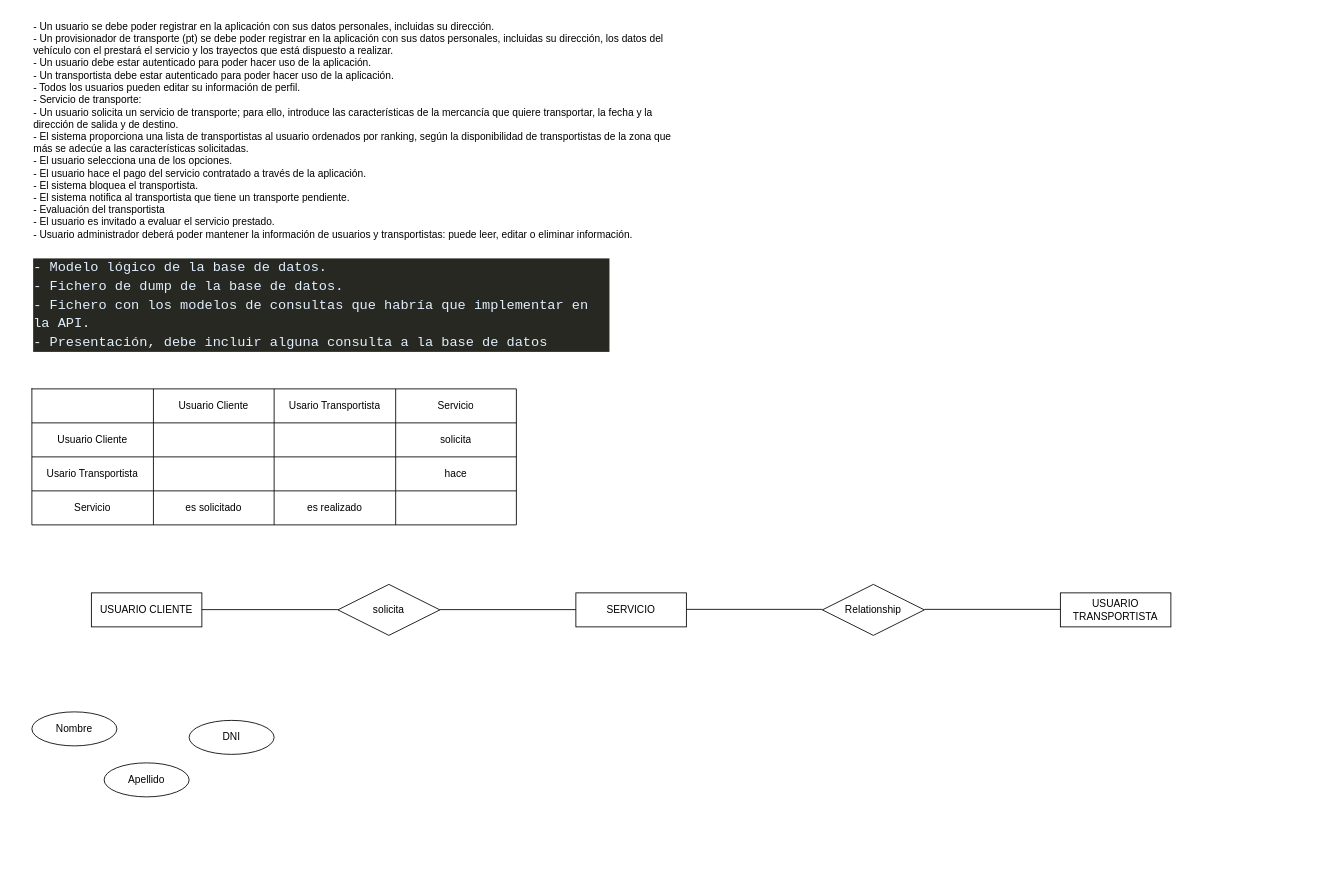
Factoria-F5-Git/mudapp-loquetucorazontediga keeps this draw.io diagram as Diagrama sin título.drawio. Above is the earlier version. Source tidied: cells renumbered, new cells numbered last; positions are measured from the earlier drawing's top-left corner, leaving out a move shared by most shapes. Both pictures are drawn from the tidied source at 85%, with x=0, y=0 at pixel (31, 14).
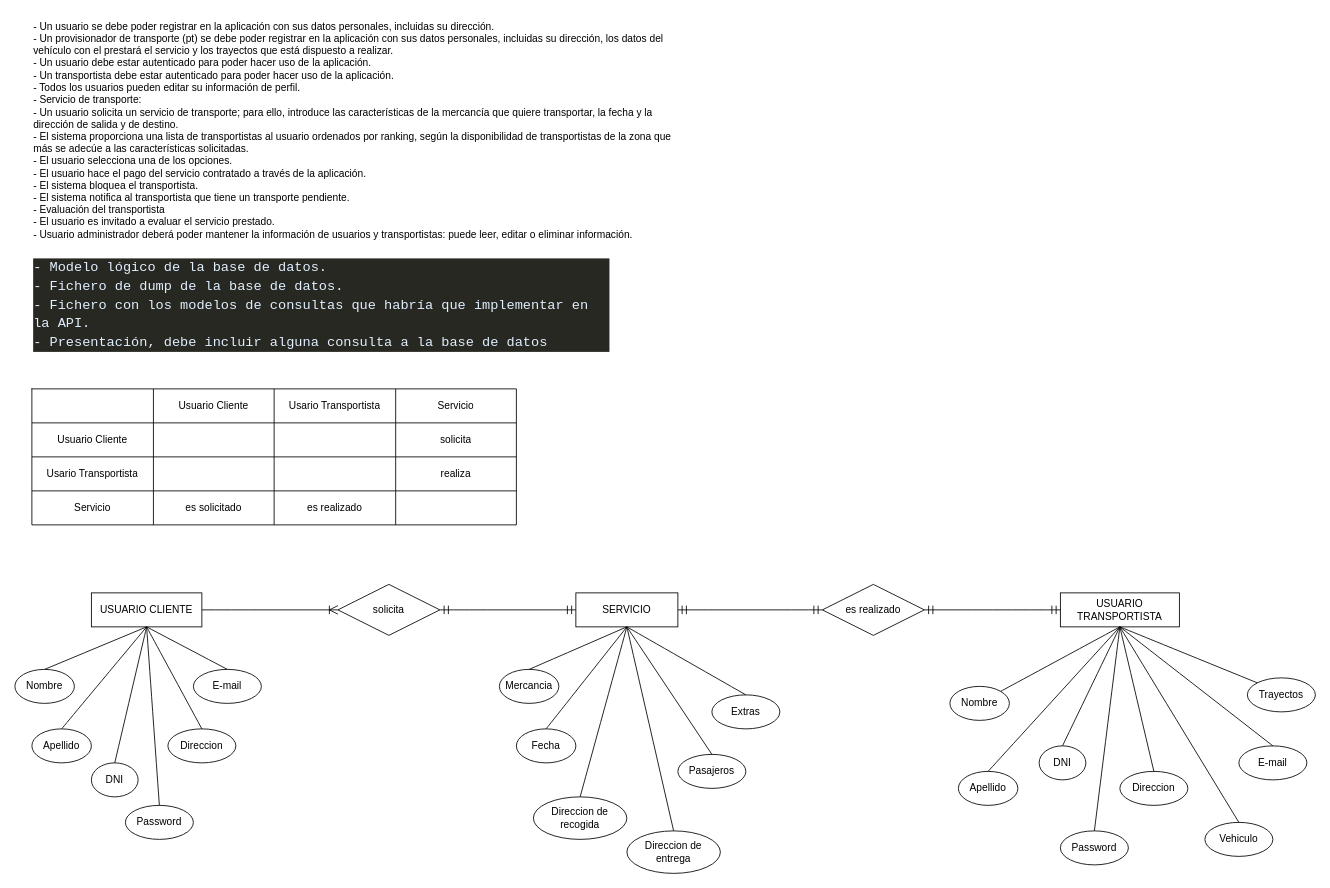
The same page after the edit.

The change refers to these unchanged cells:
```xml
<mxCell id="15" style="shape=tableRow;horizontal=0;startSize=0;swimlaneHead=0;swimlaneBody=0;strokeColor=inherit;top=0;left=0;bottom=0;right=0;fillColor=none;" parent="4" vertex="1">
  <mxGeometry y="80" width="570" height="40" as="geometry" />
</mxCell>
<mxCell id="25" value="USUARIO CLIENTE" style="whiteSpace=wrap;html=1;align=center;" parent="1" vertex="1">
  <mxGeometry x="70" y="680" width="130" height="40" as="geometry" />
</mxCell>
<mxCell id="28" value="solicita" style="shape=rhombus;perimeter=rhombusPerimeter;whiteSpace=wrap;html=1;align=center;" parent="1" vertex="1">
  <mxGeometry x="360" y="670" width="120" height="60" as="geometry" />
</mxCell>
```

What changed in the source:
```diff
@@
-    <mxCell id="19" value="hace" style="shape=partialRectangle;html=1;whiteSpace=wrap;strokeColor=inherit;overflow=hidden;fillColor=none;top=0;left=0;bottom=0;right=0;" parent="15" vertex="1">
+    <mxCell id="19" value="realiza" style="shape=partialRectangle;html=1;whiteSpace=wrap;strokeColor=inherit;overflow=hidden;fillColor=none;top=0;left=0;bottom=0;right=0;" parent="15" vertex="1">
       <mxGeometry x="428" width="142" height="40" as="geometry" />
     </mxCell>
@@
     <mxCell id="26" value="USUARIO TRANSPORTISTA" style="whiteSpace=wrap;html=1;align=center;" parent="1" vertex="1">
-      <mxGeometry x="1210" y="680" width="130" height="40" as="geometry" />
+      <mxGeometry x="1210" y="680" width="140" height="40" as="geometry" />
     </mxCell>
     <mxCell id="27" value="SERVICIO" style="whiteSpace=wrap;html=1;align=center;" parent="1" vertex="1">
-      <mxGeometry x="640" y="680" width="130" height="40" as="geometry" />
+      <mxGeometry x="640" y="680" width="120" height="40" as="geometry" />
     </mxCell>
@@
-    <mxCell id="29" style="endArrow=none;html=1;rounded=0;" parent="1" edge="1">
-      <mxGeometry relative="1" as="geometry">
-        <mxPoint x="200" y="699.7" as="sourcePoint" />
-        <mxPoint x="360" y="699.7" as="targetPoint" />
-      </mxGeometry>
-    </mxCell>
-    <mxCell id="30" style="endArrow=none;html=1;rounded=0;" parent="1" edge="1">
-      <mxGeometry relative="1" as="geometry">
-        <mxPoint x="480" y="699.7" as="sourcePoint" />
-        <mxPoint x="640" y="699.7" as="targetPoint" />
-      </mxGeometry>
-    </mxCell>
-    <mxCell id="31" value="Relationship" style="shape=rhombus;perimeter=rhombusPerimeter;whiteSpace=wrap;html=1;align=center;" parent="1" vertex="1">
+    <mxCell id="31" value="es realizado" style="shape=rhombus;perimeter=rhombusPerimeter;whiteSpace=wrap;html=1;align=center;" parent="1" vertex="1">
       <mxGeometry x="930" y="670" width="120" height="60" as="geometry" />
     </mxCell>
-    <mxCell id="32" style="endArrow=none;html=1;rounded=0;" parent="1" edge="1">
-      <mxGeometry relative="1" as="geometry">
-        <mxPoint x="770" y="699.4" as="sourcePoint" />
-        <mxPoint x="930" y="699.4" as="targetPoint" />
-      </mxGeometry>
-    </mxCell>
-    <mxCell id="33" style="endArrow=none;html=1;rounded=0;" parent="1" edge="1">
-      <mxGeometry relative="1" as="geometry">
-        <mxPoint x="1050" y="699.4" as="sourcePoint" />
-        <mxPoint x="1210" y="699.4" as="targetPoint" />
-      </mxGeometry>
-    </mxCell>
     <mxCell id="34" value="Nombre" style="ellipse;whiteSpace=wrap;html=1;align=center;" parent="1" vertex="1">
-      <mxGeometry y="820" width="100" height="40" as="geometry" />
+      <mxGeometry x="-20" y="770" width="70" height="40" as="geometry" />
     </mxCell>
     <mxCell id="35" value="Apellido" style="ellipse;whiteSpace=wrap;html=1;align=center;" parent="1" vertex="1">
-      <mxGeometry x="85" y="880" width="100" height="40" as="geometry" />
+      <mxGeometry y="840" width="70" height="40" as="geometry" />
     </mxCell>
     <mxCell id="36" value="DNI" style="ellipse;whiteSpace=wrap;html=1;align=center;" parent="1" vertex="1">
-      <mxGeometry x="185" y="830" width="100" height="40" as="geometry" />
+      <mxGeometry x="70" y="880" width="55" height="40" as="geometry" />
     </mxCell>
+    <mxCell id="37" style="endArrow=none;html=1;rounded=0;fontSize=12;startSize=8;endSize=8;curved=1;entryX=0.5;entryY=1;entryDx=0;entryDy=0;exitX=0.5;exitY=0;exitDx=0;exitDy=0;" parent="1" edge="1" source="35" target="25">
+      <mxGeometry relative="1" as="geometry" />
+    </mxCell>
+    <mxCell id="38" style="endArrow=none;html=1;rounded=0;fontSize=12;startSize=8;endSize=8;curved=1;entryX=0.5;entryY=1;entryDx=0;entryDy=0;exitX=0.5;exitY=0;exitDx=0;exitDy=0;" parent="1" edge="1" source="34" target="25">
+      <mxGeometry relative="1" as="geometry" />
+    </mxCell>
+    <mxCell id="39" style="endArrow=none;html=1;rounded=0;fontSize=12;startSize=8;endSize=8;curved=1;entryX=0.5;entryY=0;entryDx=0;entryDy=0;exitX=0.5;exitY=1;exitDx=0;exitDy=0;" parent="1" edge="1" source="25" target="36">
+      <mxGeometry relative="1" as="geometry" />
+    </mxCell>
+    <mxCell id="40" style="edgeStyle=entityRelationEdgeStyle;fontSize=12;html=1;endArrow=ERoneToMany;rounded=0;startSize=8;endSize=8;curved=1;exitX=1;exitY=0.5;exitDx=0;exitDy=0;entryX=0;entryY=0.5;entryDx=0;entryDy=0;" parent="1" edge="1" source="25" target="28">
+      <mxGeometry relative="1" as="geometry">
+        <Array as="points">
+          <mxPoint x="360" y="700" />
+        </Array>
+      </mxGeometry>
+    </mxCell>
+    <mxCell id="41" style="edgeStyle=entityRelationEdgeStyle;fontSize=12;html=1;endArrow=ERmandOne;startArrow=ERmandOne;rounded=0;startSize=8;endSize=8;curved=1;exitX=1;exitY=0.5;exitDx=0;exitDy=0;entryX=0;entryY=0.5;entryDx=0;entryDy=0;" parent="1" edge="1" source="28" target="27">
+      <mxGeometry relative="1" as="geometry" />
+    </mxCell>
+    <mxCell id="42" style="edgeStyle=entityRelationEdgeStyle;fontSize=12;html=1;endArrow=ERmandOne;startArrow=ERmandOne;rounded=0;startSize=8;endSize=8;curved=1;entryX=0;entryY=0.5;entryDx=0;entryDy=0;exitX=1;exitY=0.5;exitDx=0;exitDy=0;" parent="1" edge="1" source="31" target="26">
+      <mxGeometry relative="1" as="geometry" />
+    </mxCell>
+    <mxCell id="43" style="edgeStyle=entityRelationEdgeStyle;fontSize=12;html=1;endArrow=ERmandOne;startArrow=ERmandOne;rounded=0;startSize=8;endSize=8;curved=1;exitX=1;exitY=0.5;exitDx=0;exitDy=0;entryX=0;entryY=0.5;entryDx=0;entryDy=0;" parent="1" edge="1" source="27" target="31">
+      <mxGeometry relative="1" as="geometry" />
+    </mxCell>
+    <mxCell id="44" value="Password" style="ellipse;whiteSpace=wrap;html=1;align=center;" parent="1" vertex="1">
+      <mxGeometry x="110" y="930" width="80" height="40" as="geometry" />
+    </mxCell>
+    <mxCell id="45" style="endArrow=none;html=1;rounded=0;fontSize=12;startSize=8;endSize=8;curved=1;entryX=0.5;entryY=0;entryDx=0;entryDy=0;exitX=0.5;exitY=1;exitDx=0;exitDy=0;" parent="1" edge="1" source="25" target="44">
+      <mxGeometry relative="1" as="geometry" />
+    </mxCell>
+    <mxCell id="46" value="Direccion" style="ellipse;whiteSpace=wrap;html=1;align=center;" parent="1" vertex="1">
+      <mxGeometry x="160" y="840" width="80" height="40" as="geometry" />
+    </mxCell>
+    <mxCell id="47" style="endArrow=none;html=1;rounded=0;fontSize=12;startSize=8;endSize=8;curved=1;entryX=0.5;entryY=0;entryDx=0;entryDy=0;exitX=0.5;exitY=1;exitDx=0;exitDy=0;" parent="1" edge="1" source="25" target="46">
+      <mxGeometry relative="1" as="geometry" />
+    </mxCell>
+    <mxCell id="48" value="E-mail" style="ellipse;whiteSpace=wrap;html=1;align=center;" parent="1" vertex="1">
+      <mxGeometry x="190" y="770" width="80" height="40" as="geometry" />
+    </mxCell>
+    <mxCell id="49" style="endArrow=none;html=1;rounded=0;fontSize=12;startSize=8;endSize=8;curved=1;entryX=0.5;entryY=0;entryDx=0;entryDy=0;exitX=0.5;exitY=1;exitDx=0;exitDy=0;" parent="1" edge="1" source="25" target="48">
+      <mxGeometry relative="1" as="geometry" />
+    </mxCell>
+    <mxCell id="50" value="Nombre" style="ellipse;whiteSpace=wrap;html=1;align=center;" parent="1" vertex="1">
+      <mxGeometry x="1080" y="790" width="70" height="40" as="geometry" />
+    </mxCell>
+    <mxCell id="51" value="Apellido" style="ellipse;whiteSpace=wrap;html=1;align=center;" parent="1" vertex="1">
+      <mxGeometry x="1090" y="890" width="70" height="40" as="geometry" />
+    </mxCell>
+    <mxCell id="52" value="DNI" style="ellipse;whiteSpace=wrap;html=1;align=center;" parent="1" vertex="1">
+      <mxGeometry x="1185" y="860" width="55" height="40" as="geometry" />
+    </mxCell>
+    <mxCell id="53" style="endArrow=none;html=1;rounded=0;fontSize=12;startSize=8;endSize=8;curved=1;entryX=0.5;entryY=1;entryDx=0;entryDy=0;exitX=0.5;exitY=0;exitDx=0;exitDy=0;" parent="1" edge="1" source="51" target="26">
+      <mxGeometry relative="1" as="geometry" />
+    </mxCell>
+    <mxCell id="54" style="endArrow=none;html=1;rounded=0;fontSize=12;startSize=8;endSize=8;curved=1;entryX=0.5;entryY=1;entryDx=0;entryDy=0;exitX=1;exitY=0;exitDx=0;exitDy=0;" parent="1" edge="1" source="50" target="26">
+      <mxGeometry relative="1" as="geometry" />
+    </mxCell>
+    <mxCell id="55" style="endArrow=none;html=1;rounded=0;fontSize=12;startSize=8;endSize=8;curved=1;entryX=0.5;entryY=0;entryDx=0;entryDy=0;exitX=0.5;exitY=1;exitDx=0;exitDy=0;" parent="1" edge="1" source="26" target="52">
+      <mxGeometry relative="1" as="geometry" />
+    </mxCell>
+    <mxCell id="56" value="Password" style="ellipse;whiteSpace=wrap;html=1;align=center;" parent="1" vertex="1">
+      <mxGeometry x="1210" y="960" width="80" height="40" as="geometry" />
+    </mxCell>
+    <mxCell id="57" style="endArrow=none;html=1;rounded=0;fontSize=12;startSize=8;endSize=8;curved=1;entryX=0.5;entryY=0;entryDx=0;entryDy=0;exitX=0.5;exitY=1;exitDx=0;exitDy=0;" parent="1" edge="1" source="26" target="56">
+      <mxGeometry relative="1" as="geometry" />
+    </mxCell>
+    <mxCell id="58" value="Direccion" style="ellipse;whiteSpace=wrap;html=1;align=center;" parent="1" vertex="1">
+      <mxGeometry x="1280" y="890" width="80" height="40" as="geometry" />
+    </mxCell>
+    <mxCell id="59" style="endArrow=none;html=1;rounded=0;fontSize=12;startSize=8;endSize=8;curved=1;entryX=0.5;entryY=0;entryDx=0;entryDy=0;exitX=0.5;exitY=1;exitDx=0;exitDy=0;" parent="1" edge="1" source="26" target="58">
+      <mxGeometry relative="1" as="geometry" />
+    </mxCell>
+    <mxCell id="60" value="E-mail" style="ellipse;whiteSpace=wrap;html=1;align=center;" parent="1" vertex="1">
+      <mxGeometry x="1420" y="860" width="80" height="40" as="geometry" />
+    </mxCell>
+    <mxCell id="61" style="endArrow=none;html=1;rounded=0;fontSize=12;startSize=8;endSize=8;curved=1;entryX=0.5;entryY=0;entryDx=0;entryDy=0;exitX=0.5;exitY=1;exitDx=0;exitDy=0;" parent="1" edge="1" source="26" target="60">
+      <mxGeometry relative="1" as="geometry" />
+    </mxCell>
+    <mxCell id="62" value="Vehiculo" style="ellipse;whiteSpace=wrap;html=1;align=center;" parent="1" vertex="1">
+      <mxGeometry x="1380" y="950" width="80" height="40" as="geometry" />
+    </mxCell>
+    <mxCell id="63" style="endArrow=none;html=1;rounded=0;fontSize=12;startSize=8;endSize=8;curved=1;entryX=0.5;entryY=0;entryDx=0;entryDy=0;exitX=0.5;exitY=1;exitDx=0;exitDy=0;" parent="1" edge="1" source="26" target="62">
+      <mxGeometry relative="1" as="geometry" />
+    </mxCell>
+    <mxCell id="64" value="Trayectos" style="ellipse;whiteSpace=wrap;html=1;align=center;" parent="1" vertex="1">
+      <mxGeometry x="1430" y="780" width="80" height="40" as="geometry" />
+    </mxCell>
+    <mxCell id="65" style="endArrow=none;html=1;rounded=0;fontSize=12;startSize=8;endSize=8;curved=1;entryX=0;entryY=0;entryDx=0;entryDy=0;exitX=0.5;exitY=1;exitDx=0;exitDy=0;" parent="1" edge="1" source="26" target="64">
+      <mxGeometry relative="1" as="geometry" />
+    </mxCell>
+    <mxCell id="66" value="Mercancia" style="ellipse;whiteSpace=wrap;html=1;align=center;" parent="1" vertex="1">
+      <mxGeometry x="550" y="770" width="70" height="40" as="geometry" />
+    </mxCell>
+    <mxCell id="67" value="Fecha" style="ellipse;whiteSpace=wrap;html=1;align=center;" parent="1" vertex="1">
+      <mxGeometry x="570" y="840" width="70" height="40" as="geometry" />
+    </mxCell>
+    <mxCell id="68" style="endArrow=none;html=1;rounded=0;fontSize=12;startSize=8;endSize=8;curved=1;entryX=0.5;entryY=1;entryDx=0;entryDy=0;exitX=0.5;exitY=0;exitDx=0;exitDy=0;" parent="1" edge="1" source="67" target="27">
+      <mxGeometry relative="1" as="geometry" />
+    </mxCell>
+    <mxCell id="69" style="endArrow=none;html=1;rounded=0;fontSize=12;startSize=8;endSize=8;curved=1;entryX=0.5;entryY=1;entryDx=0;entryDy=0;exitX=0.5;exitY=0;exitDx=0;exitDy=0;" parent="1" edge="1" source="66" target="27">
+      <mxGeometry relative="1" as="geometry" />
+    </mxCell>
+    <mxCell id="70" value="Direccion de recogida" style="ellipse;whiteSpace=wrap;html=1;align=center;" parent="1" vertex="1">
+      <mxGeometry x="590" y="920" width="110" height="50" as="geometry" />
+    </mxCell>
+    <mxCell id="71" style="endArrow=none;html=1;rounded=0;fontSize=12;startSize=8;endSize=8;curved=1;entryX=0.5;entryY=0;entryDx=0;entryDy=0;exitX=0.5;exitY=1;exitDx=0;exitDy=0;" parent="1" edge="1" source="27" target="70">
+      <mxGeometry relative="1" as="geometry" />
+    </mxCell>
+    <mxCell id="72" value="Direccion de entrega" style="ellipse;whiteSpace=wrap;html=1;align=center;" parent="1" vertex="1">
+      <mxGeometry x="700" y="960" width="110" height="50" as="geometry" />
+    </mxCell>
+    <mxCell id="73" style="endArrow=none;html=1;rounded=0;fontSize=12;startSize=8;endSize=8;curved=1;entryX=0.5;entryY=0;entryDx=0;entryDy=0;exitX=0.5;exitY=1;exitDx=0;exitDy=0;" parent="1" edge="1" source="27" target="72">
+      <mxGeometry relative="1" as="geometry" />
+    </mxCell>
+    <mxCell id="74" value="Pasajeros" style="ellipse;whiteSpace=wrap;html=1;align=center;" parent="1" vertex="1">
+      <mxGeometry x="760" y="870" width="80" height="40" as="geometry" />
+    </mxCell>
+    <mxCell id="75" style="endArrow=none;html=1;rounded=0;fontSize=12;startSize=8;endSize=8;curved=1;entryX=0.5;entryY=0;entryDx=0;entryDy=0;exitX=0.5;exitY=1;exitDx=0;exitDy=0;" parent="1" edge="1" source="27" target="74">
+      <mxGeometry relative="1" as="geometry" />
+    </mxCell>
+    <mxCell id="76" value="Extras" style="ellipse;whiteSpace=wrap;html=1;align=center;" parent="1" vertex="1">
+      <mxGeometry x="800" y="800" width="80" height="40" as="geometry" />
+    </mxCell>
+    <mxCell id="77" style="endArrow=none;html=1;rounded=0;fontSize=12;startSize=8;endSize=8;curved=1;entryX=0.5;entryY=0;entryDx=0;entryDy=0;exitX=0.5;exitY=1;exitDx=0;exitDy=0;" parent="1" edge="1" source="27" target="76">
+      <mxGeometry relative="1" as="geometry" />
+    </mxCell>
```
